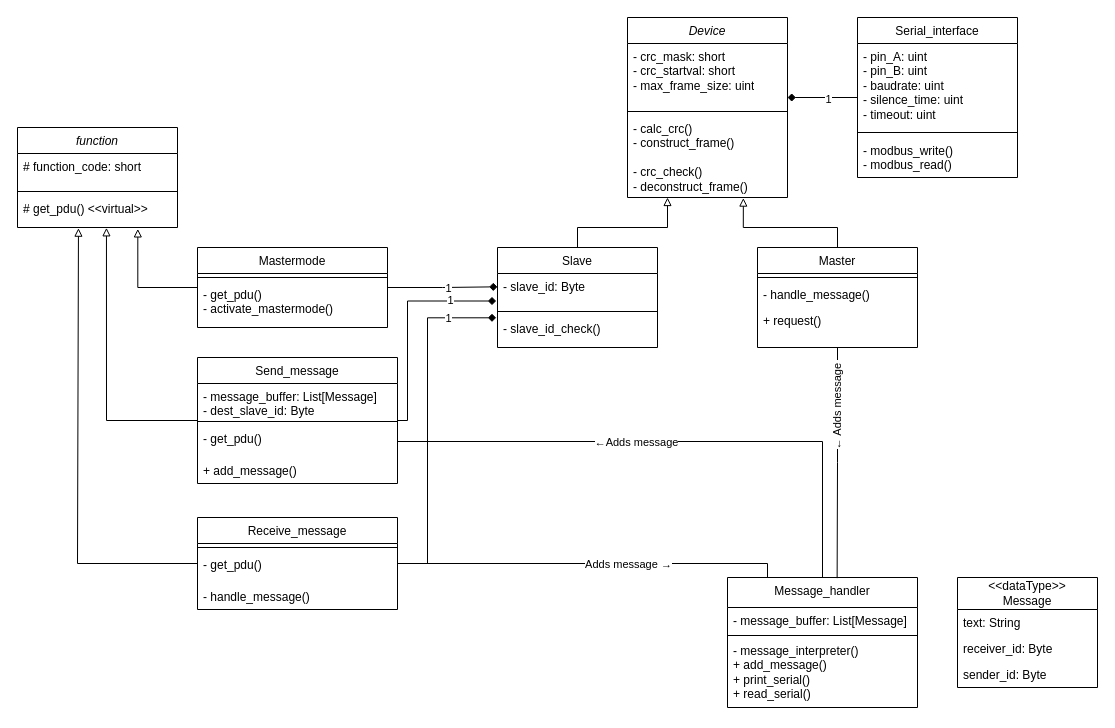
The draw.io diagram modbus_classdiagram.drawio in F-L-X-S/BusBricks, before the edit. Source tidied: cells renumbered, new cells numbered last; positions are measured from the earlier drawing's top-left corner, leaving out a move shared by most shapes. Both pictures are drawn from the tidied source at 100%, with x=0, y=0 at pixel (17, 17).
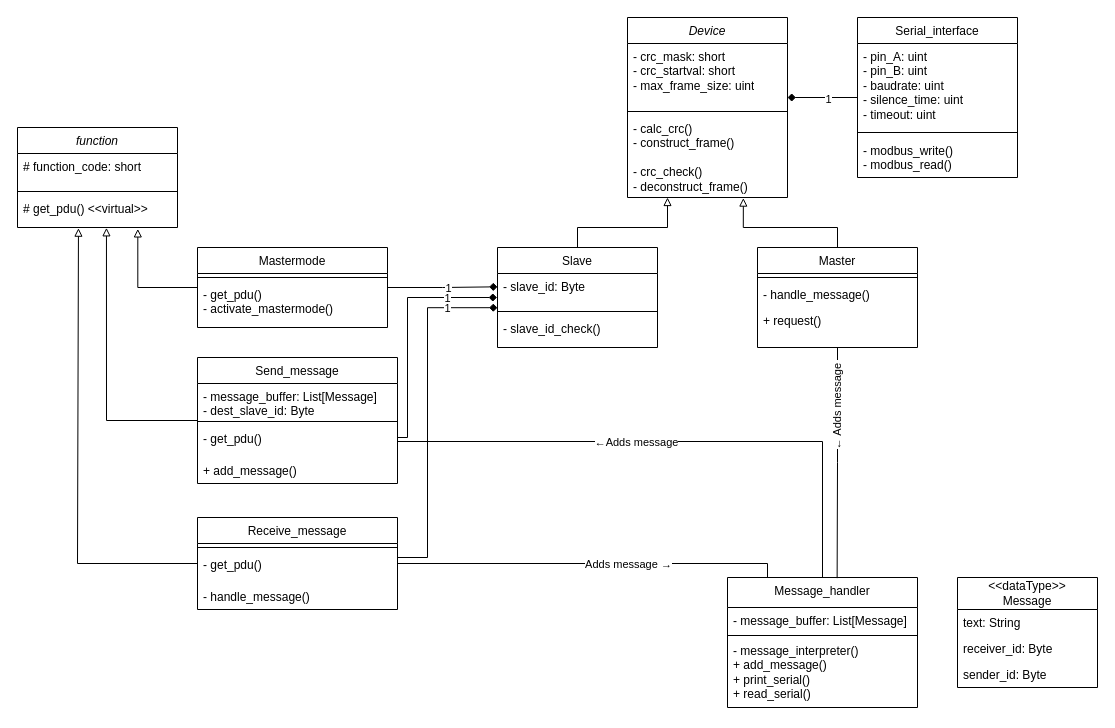
After the change.

The change refers to these unchanged cells:
```xml
<mxCell id="8" value="- slave_id: Byte" style="text;strokeColor=none;fillColor=none;align=left;verticalAlign=top;spacingLeft=4;spacingRight=4;overflow=hidden;points=[[0,0.5],[1,0.5]];portConstraint=eastwest;whiteSpace=wrap;html=1;" parent="7" vertex="1">
  <mxGeometry y="26" width="160" height="34" as="geometry" />
</mxCell>
<mxCell id="10" value="- slave_id_check()&lt;div&gt;&lt;br&gt;&lt;/div&gt;&lt;div&gt;&lt;br&gt;&lt;/div&gt;" style="text;strokeColor=none;fillColor=none;align=left;verticalAlign=top;spacingLeft=4;spacingRight=4;overflow=hidden;points=[[0,0.5],[1,0.5]];portConstraint=eastwest;whiteSpace=wrap;html=1;" parent="7" vertex="1">
  <mxGeometry y="68" width="160" height="32" as="geometry" />
</mxCell>
<mxCell id="33" value="&lt;span style=&quot;font-weight: normal;&quot;&gt;Send_message&lt;/span&gt;" style="swimlane;fontStyle=1;align=center;verticalAlign=top;horizontal=1;startSize=26;whiteSpace=wrap;html=1;" parent="1" vertex="1">
  <mxGeometry x="180" y="340" width="200" height="126" as="geometry" />
</mxCell>
<mxCell id="42" value="&lt;span style=&quot;font-weight: normal;&quot;&gt;Receive_message&lt;/span&gt;" style="swimlane;fontStyle=1;align=center;verticalAlign=top;horizontal=1;startSize=26;whiteSpace=wrap;html=1;" parent="1" vertex="1">
  <mxGeometry x="180" y="500" width="200" height="92" as="geometry" />
</mxCell>
```

The edit, as a diff of the source:
```diff
@@
-    <mxCell id="49" style="edgeStyle=orthogonalEdgeStyle;rounded=0;jettySize=auto;html=1;entryX=-0.008;entryY=0.809;entryDx=0;entryDy=0;entryPerimeter=0;endArrow=diamond;endFill=1;" parent="1" edge="1" source="33" target="8">
+    <mxCell id="49" style="edgeStyle=orthogonalEdgeStyle;rounded=0;jettySize=auto;html=1;endArrow=diamond;endFill=1;entryX=-0.003;entryY=0.706;entryDx=0;entryDy=0;entryPerimeter=0;" parent="1" edge="1" source="33" target="8">
       <mxGeometry relative="1" as="geometry">
         <Array as="points">
-          <mxPoint x="390" y="403" />
-          <mxPoint x="390" y="283" />
+          <mxPoint x="390" y="420" />
+          <mxPoint x="390" y="280" />
         </Array>
       </mxGeometry>
     </mxCell>
     <mxCell id="50" value="1" style="edgeLabel;html=1;align=center;verticalAlign=middle;" parent="49" vertex="1">
       <mxGeometry x="0.72" relative="1" as="geometry">
-        <mxPoint x="-16" y="-1" as="offset" />
+        <mxPoint x="-16" as="offset" />
       </mxGeometry>
     </mxCell>
-    <mxCell id="51" style="edgeStyle=orthogonalEdgeStyle;rounded=0;jettySize=auto;html=1;entryX=-0.008;entryY=0.072;entryDx=0;entryDy=0;entryPerimeter=0;endArrow=diamond;endFill=1;" parent="1" edge="1" source="42" target="10">
+    <mxCell id="51" style="edgeStyle=orthogonalEdgeStyle;rounded=0;jettySize=auto;html=1;endArrow=diamond;endFill=1;entryX=0;entryY=1.006;entryDx=0;entryDy=0;entryPerimeter=0;" parent="1" edge="1" source="42" target="8">
       <mxGeometry relative="1" as="geometry">
         <Array as="points">
-          <mxPoint x="410" y="546" />
-          <mxPoint x="410" y="300" />
-          <mxPoint x="479" y="300" />
+          <mxPoint x="410" y="540" />
+          <mxPoint x="410" y="290" />
         </Array>
       </mxGeometry>
     </mxCell>
     <mxCell id="52" value="1" style="edgeLabel;html=1;align=center;verticalAlign=middle;" parent="51" vertex="1">
       <mxGeometry x="0.82" relative="1" as="geometry">
-        <mxPoint x="-17" as="offset" />
+        <mxPoint x="-19" as="offset" />
       </mxGeometry>
     </mxCell>
```
